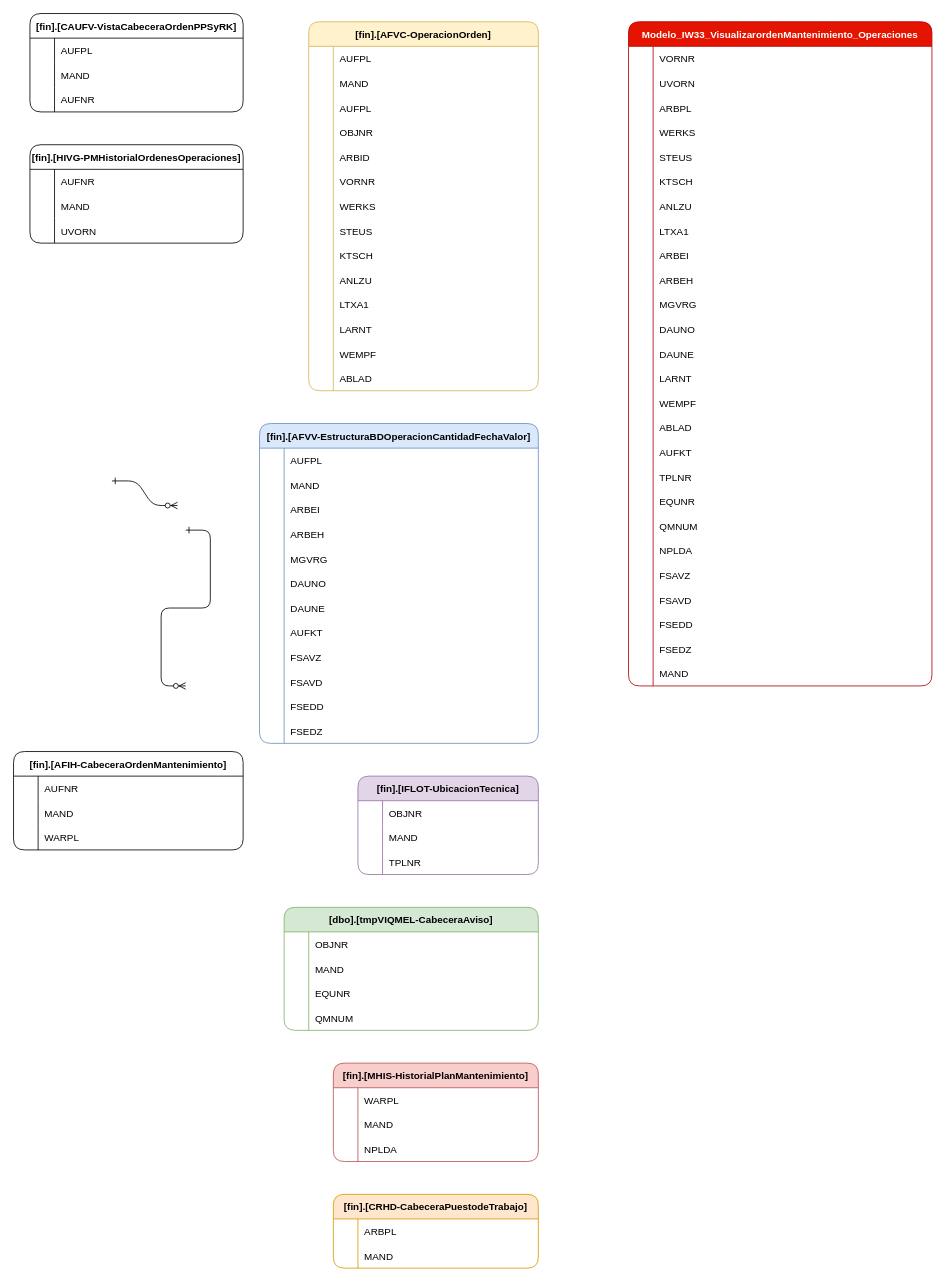
Above: IW33_original.drawio in ale230131/ale230131 (draw.io), before the change. Source tidied: cells renumbered, new cells numbered last; positions are measured from the earlier drawing's top-left corner, leaving out a move shared by most shapes. Both pictures are drawn from the tidied source at 82%, with x=0, y=0 at pixel (13, 13).
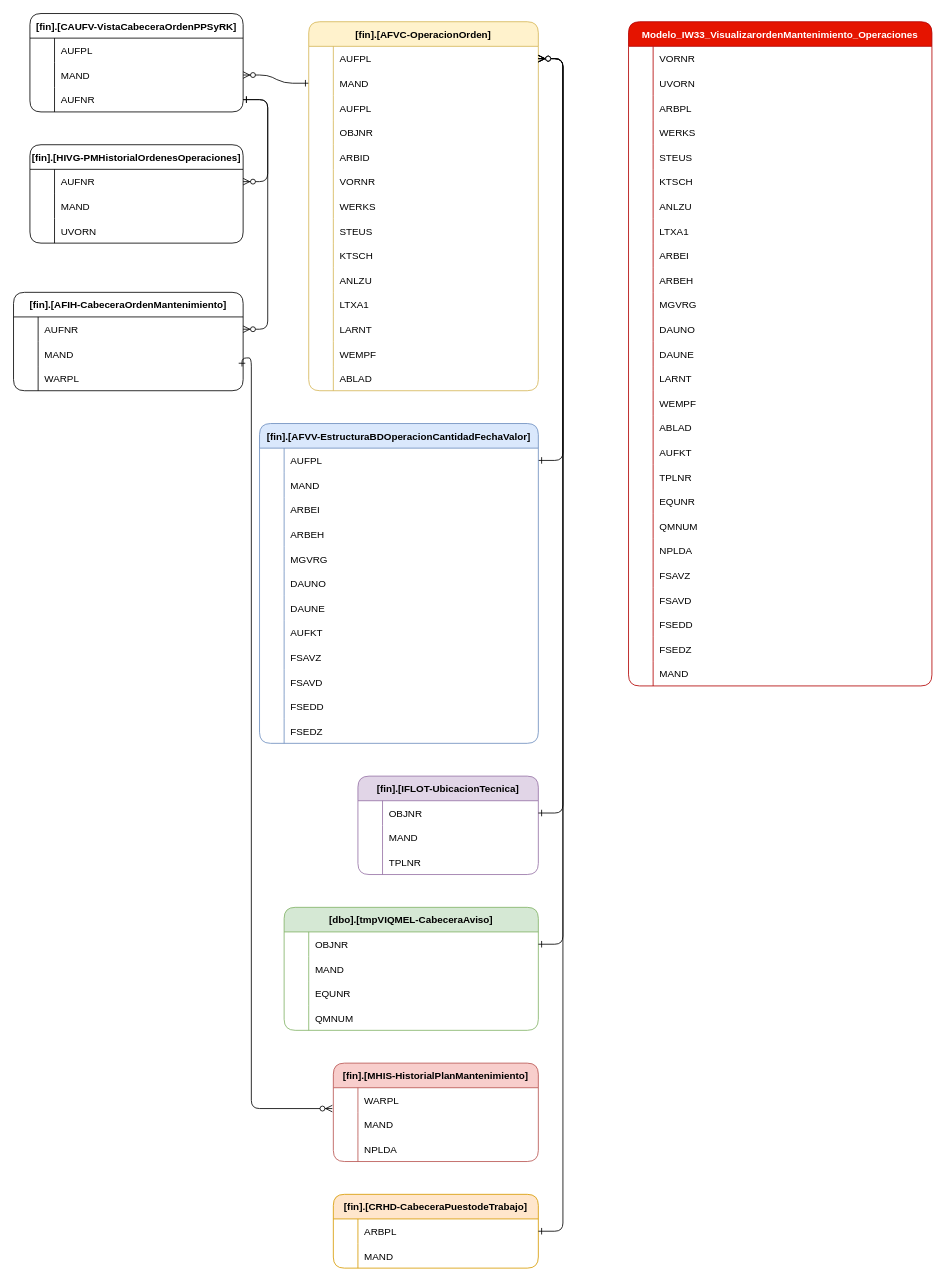
The same page after the edit.

Unchanged cells that the change refers to:
```xml
<mxCell id="84" style="shape=tableRow;horizontal=0;startSize=0;swimlaneHead=0;swimlaneBody=0;fillColor=none;points=[[0,0.5],[1,0.5]];portConstraint=eastwest;strokeColor=inherit;top=0;left=0;right=0;bottom=0;" parent="83" vertex="1">
  <mxGeometry y="30" width="280" height="30" as="geometry" />
</mxCell>
<mxCell id="87" style="shape=tableRow;horizontal=0;startSize=0;swimlaneHead=0;swimlaneBody=0;fillColor=none;points=[[0,0.5],[1,0.5]];portConstraint=eastwest;strokeColor=inherit;top=0;left=0;right=0;bottom=0;" parent="83" vertex="1">
  <mxGeometry y="60" width="280" height="30" as="geometry" />
</mxCell>
<mxCell id="130" style="shape=tableRow;horizontal=0;startSize=0;swimlaneHead=0;swimlaneBody=0;fillColor=none;points=[[0,0.5],[1,0.5]];portConstraint=eastwest;strokeColor=inherit;top=0;left=0;right=0;bottom=0;" parent="126" vertex="1">
  <mxGeometry y="60" width="260" height="30" as="geometry" />
</mxCell>
<mxCell id="133" style="shape=tableRow;horizontal=0;startSize=0;swimlaneHead=0;swimlaneBody=0;fillColor=none;points=[[0,0.5],[1,0.5]];portConstraint=eastwest;strokeColor=inherit;top=0;left=0;right=0;bottom=0;" parent="126" vertex="1">
  <mxGeometry y="90" width="260" height="30" as="geometry" />
</mxCell>
<mxCell id="137" style="shape=tableRow;horizontal=0;startSize=0;swimlaneHead=0;swimlaneBody=0;fillColor=none;points=[[0,0.5],[1,0.5]];portConstraint=eastwest;strokeColor=inherit;top=0;left=0;right=0;bottom=0;" parent="136" vertex="1">
  <mxGeometry y="30" width="260" height="30" as="geometry" />
</mxCell>
<mxCell id="147" style="shape=tableRow;horizontal=0;startSize=0;swimlaneHead=0;swimlaneBody=0;fillColor=none;points=[[0,0.5],[1,0.5]];portConstraint=eastwest;strokeColor=inherit;top=0;left=0;right=0;bottom=0;" parent="146" vertex="1">
  <mxGeometry y="30" width="340" height="30" as="geometry" />
</mxCell>
<mxCell id="184" style="shape=tableRow;horizontal=0;startSize=0;swimlaneHead=0;swimlaneBody=0;fillColor=none;points=[[0,0.5],[1,0.5]];portConstraint=eastwest;strokeColor=inherit;top=0;left=0;right=0;bottom=0;" parent="183" vertex="1">
  <mxGeometry y="30" width="220" height="30" as="geometry" />
</mxCell>
<mxCell id="194" style="shape=tableRow;horizontal=0;startSize=0;swimlaneHead=0;swimlaneBody=0;fillColor=none;points=[[0,0.5],[1,0.5]];portConstraint=eastwest;strokeColor=inherit;top=0;left=0;right=0;bottom=0;" parent="193" vertex="1">
  <mxGeometry y="30" width="310" height="30" as="geometry" />
</mxCell>
<mxCell id="207" style="shape=tableRow;horizontal=0;startSize=0;swimlaneHead=0;swimlaneBody=0;fillColor=none;points=[[0,0.5],[1,0.5]];portConstraint=eastwest;strokeColor=inherit;top=0;left=0;right=0;bottom=0;" parent="206" vertex="1">
  <mxGeometry y="30" width="280" height="30" as="geometry" />
</mxCell>
<mxCell id="213" style="shape=tableRow;horizontal=0;startSize=0;swimlaneHead=0;swimlaneBody=0;fillColor=none;points=[[0,0.5],[1,0.5]];portConstraint=eastwest;strokeColor=inherit;top=0;left=0;right=0;bottom=0;" parent="206" vertex="1">
  <mxGeometry y="90" width="280" height="30" as="geometry" />
</mxCell>
<mxCell id="217" style="shape=tableRow;horizontal=0;startSize=0;swimlaneHead=0;swimlaneBody=0;fillColor=none;points=[[0,0.5],[1,0.5]];portConstraint=eastwest;strokeColor=inherit;top=0;left=0;right=0;bottom=0;" parent="216" vertex="1">
  <mxGeometry y="30" width="250" height="30" as="geometry" />
</mxCell>
<mxCell id="227" style="shape=tableRow;horizontal=0;startSize=0;swimlaneHead=0;swimlaneBody=0;fillColor=none;points=[[0,0.5],[1,0.5]];portConstraint=eastwest;strokeColor=inherit;top=0;left=0;right=0;bottom=0;" parent="226" vertex="1">
  <mxGeometry y="30" width="250" height="30" as="geometry" />
</mxCell>
```

Change to the diagram source:
```diff
@@
-    <mxCell id="2" style="edgeStyle=entityRelationEdgeStyle;endArrow=ERzeroToMany;startArrow=ERone;endFill=1;startFill=0;" parent="1" edge="1">
-      <mxGeometry relative="1" as="geometry">
-        <mxPoint x="120" y="570" as="sourcePoint" />
-        <mxPoint x="200" y="600" as="targetPoint" />
-      </mxGeometry>
+    <mxCell id="2" style="edgeStyle=entityRelationEdgeStyle;endArrow=ERzeroToMany;startArrow=ERone;endFill=1;startFill=0;exitX=0;exitY=0.5;exitDx=0;exitDy=0;" parent="1" edge="1" source="87" target="130">
+      <mxGeometry relative="1" as="geometry" />
     </mxCell>
-    <mxCell id="3" style="edgeStyle=entityRelationEdgeStyle;endArrow=ERzeroToMany;startArrow=ERone;endFill=1;startFill=0;" parent="1" edge="1">
-      <mxGeometry relative="1" as="geometry">
-        <mxPoint x="210" y="630" as="sourcePoint" />
-        <mxPoint x="210" y="820" as="targetPoint" />
-      </mxGeometry>
+    <mxCell id="3" style="edgeStyle=entityRelationEdgeStyle;endArrow=ERzeroToMany;startArrow=ERone;endFill=1;startFill=0;exitX=1;exitY=0.5;exitDx=0;exitDy=0;entryX=1;entryY=0.5;entryDx=0;entryDy=0;" parent="1" edge="1" source="147" target="84">
+      <mxGeometry relative="1" as="geometry" />
     </mxCell>
@@
     <mxCell id="206" value="[fin].[AFIH-CabeceraOrdenMantenimiento]" style="shape=table;startSize=30;childLayout=tableLayout;rowLines=0;fontStyle=1;align=center;rounded=1;" parent="1" vertex="1">
-      <mxGeometry y="900" width="280" height="120" as="geometry" />
+      <mxGeometry y="340" width="280" height="120" as="geometry" />
     </mxCell>
@@
+    <mxCell id="233" style="edgeStyle=entityRelationEdgeStyle;endArrow=ERzeroToMany;startArrow=ERone;endFill=1;startFill=0;exitX=1;exitY=0.5;exitDx=0;exitDy=0;entryX=1;entryY=0.5;entryDx=0;entryDy=0;" parent="1" edge="1" source="133" target="137">
+      <mxGeometry relative="1" as="geometry" />
+    </mxCell>
+    <mxCell id="234" style="edgeStyle=entityRelationEdgeStyle;endArrow=ERzeroToMany;startArrow=ERone;endFill=1;startFill=0;exitX=1;exitY=0.5;exitDx=0;exitDy=0;entryX=1;entryY=0.5;entryDx=0;entryDy=0;" parent="1" edge="1" source="184" target="84">
+      <mxGeometry relative="1" as="geometry" />
+    </mxCell>
+    <mxCell id="235" style="edgeStyle=entityRelationEdgeStyle;endArrow=ERzeroToMany;startArrow=ERone;endFill=1;startFill=0;exitX=1;exitY=0.5;exitDx=0;exitDy=0;entryX=1;entryY=0.5;entryDx=0;entryDy=0;" parent="1" edge="1" source="194" target="84">
+      <mxGeometry relative="1" as="geometry" />
+    </mxCell>
+    <mxCell id="236" style="edgeStyle=entityRelationEdgeStyle;endArrow=ERzeroToMany;startArrow=ERone;endFill=1;startFill=0;exitX=1;exitY=0.5;exitDx=0;exitDy=0;entryX=1;entryY=0.5;entryDx=0;entryDy=0;" parent="1" edge="1" source="133" target="207">
+      <mxGeometry relative="1" as="geometry" />
+    </mxCell>
+    <mxCell id="237" style="edgeStyle=orthogonalEdgeStyle;endArrow=ERzeroToMany;startArrow=ERone;endFill=1;startFill=0;exitX=0.995;exitY=0.016;exitDx=0;exitDy=0;entryX=-0.005;entryY=0.847;entryDx=0;entryDy=0;exitPerimeter=0;entryPerimeter=0;" parent="1" edge="1" source="213" target="217">
+      <mxGeometry relative="1" as="geometry">
+        <Array as="points">
+          <mxPoint x="279" y="420" />
+          <mxPoint x="290" y="420" />
+          <mxPoint x="290" y="1335" />
+        </Array>
+      </mxGeometry>
+    </mxCell>
+    <mxCell id="238" style="edgeStyle=entityRelationEdgeStyle;endArrow=ERzeroToMany;startArrow=ERone;endFill=1;startFill=0;exitX=1;exitY=0.5;exitDx=0;exitDy=0;entryX=1;entryY=0.5;entryDx=0;entryDy=0;" parent="1" edge="1" source="227" target="84">
+      <mxGeometry relative="1" as="geometry" />
+    </mxCell>
```
